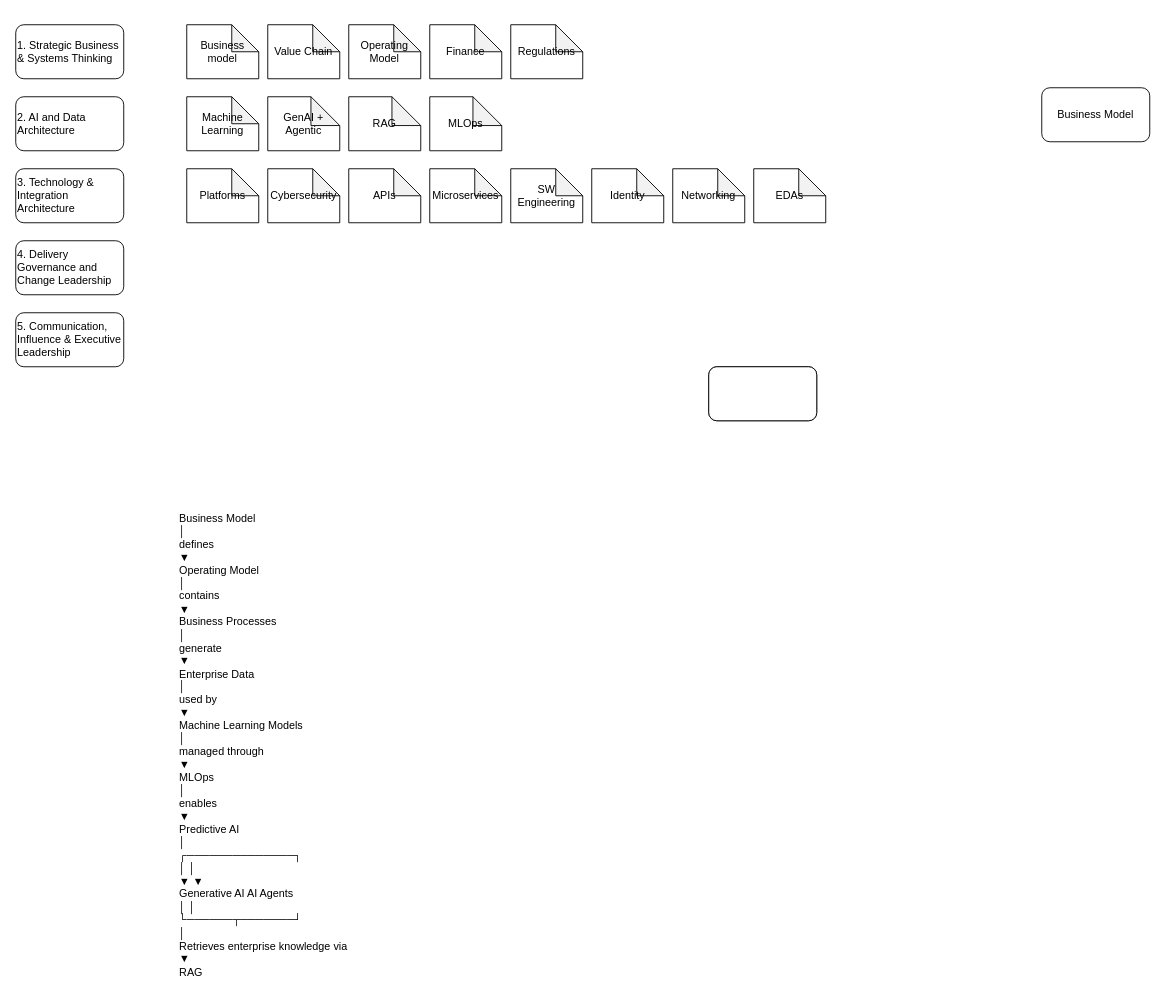
Earlier version of the draw.io diagram page "EA Competencies" (1 of 2) of assets/E_A_Skillsets.drawio (knaidoo/github-slideshow). Source tidied: cells renumbered, new cells numbered last; positions are measured from the earlier drawing's top-left corner, leaving out a move shared by most shapes. Both pictures are drawn from the tidied source at 90%, with x=0, y=0 at pixel (15, 24).
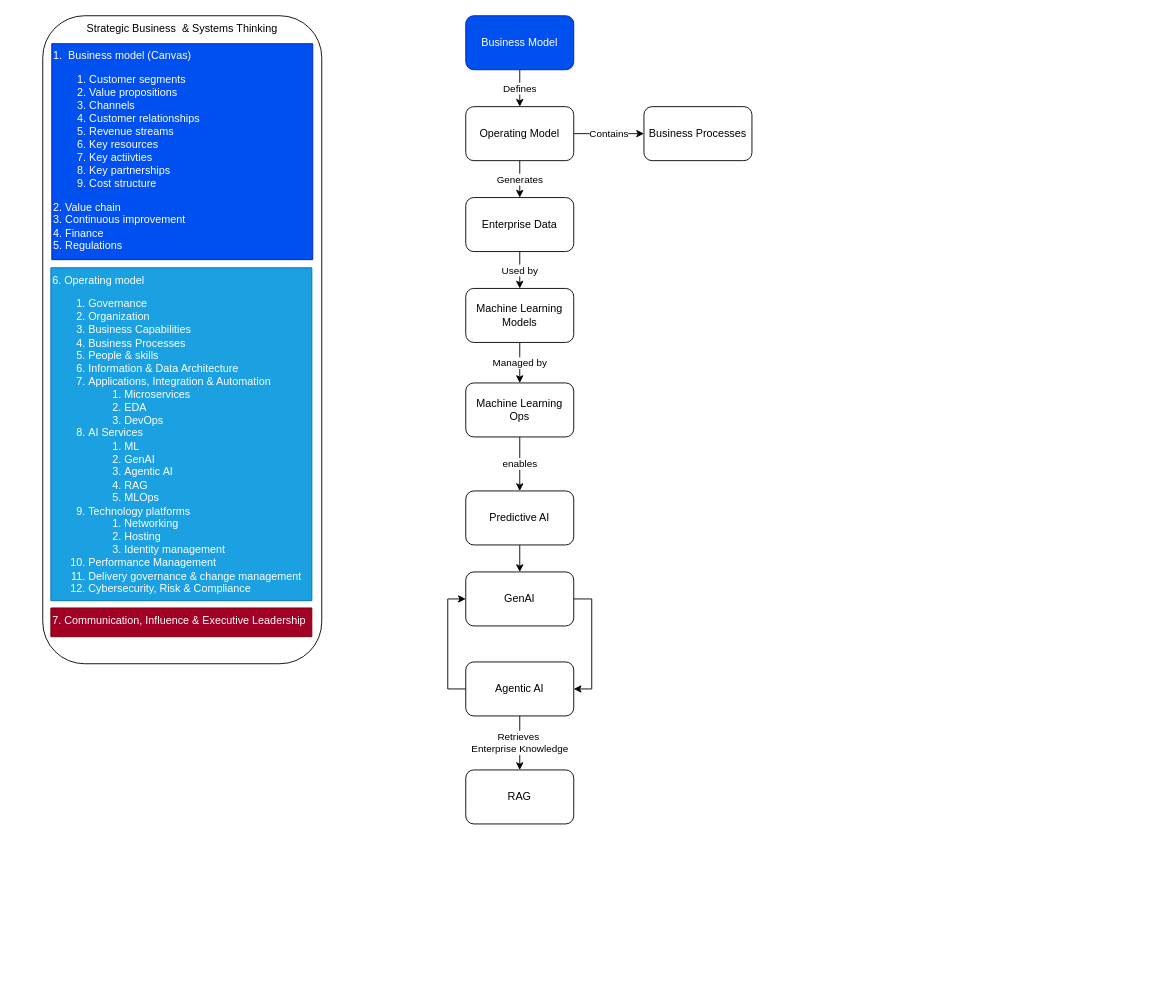
After the change.

Change to the diagram source:
```diff
@@
-    <mxCell id="2" value="2. AI and Data Architecture" style="rounded=1;whiteSpace=wrap;html=1;align=left;" parent="1" vertex="1">
-      <mxGeometry y="80" width="120" height="60" as="geometry" />
-    </mxCell>
-    <mxCell id="3" value="1. Strategic Business&amp;nbsp; &amp;amp; Systems Thinking" style="rounded=1;whiteSpace=wrap;html=1;align=left;" parent="1" vertex="1">
-      <mxGeometry width="120" height="60" as="geometry" />
+    <mxCell id="3" value="Strategic Business&amp;nbsp; &amp;amp; Systems Thinking" style="rounded=1;whiteSpace=wrap;html=1;align=center;verticalAlign=top;" parent="1" vertex="1">
+      <mxGeometry x="30" y="-10" width="310" height="720" as="geometry" />
     </mxCell>
-    <mxCell id="4" value="3. Technology &amp;amp; Integration Architecture" style="rounded=1;whiteSpace=wrap;html=1;align=left;" parent="1" vertex="1">
-      <mxGeometry y="160" width="120" height="60" as="geometry" />
-    </mxCell>
-    <mxCell id="5" value="4. Delivery Governance and Change Leadership" style="rounded=1;whiteSpace=wrap;html=1;align=left;" parent="1" vertex="1">
-      <mxGeometry y="240" width="120" height="60" as="geometry" />
-    </mxCell>
-    <mxCell id="6" value="5. Communication, Influence &amp;amp; Executive Leadership" style="rounded=1;whiteSpace=wrap;html=1;align=left;" parent="1" vertex="1">
-      <mxGeometry y="320" width="120" height="60" as="geometry" />
-    </mxCell>
-    <mxCell id="7" value="Business model" style="shape=note;whiteSpace=wrap;html=1;backgroundOutline=1;darkOpacity=0.05;" parent="1" vertex="1">
-      <mxGeometry x="190" width="80" height="60" as="geometry" />
+    <mxCell id="7" value="1.&amp;nbsp; Business model (Canvas)&lt;div&gt;&lt;ol&gt;&lt;li&gt;Customer segments&lt;/li&gt;&lt;li&gt;Value propositions&lt;/li&gt;&lt;li&gt;Channels&lt;/li&gt;&lt;li&gt;Customer relationships&lt;/li&gt;&lt;li&gt;Revenue streams&lt;/li&gt;&lt;li&gt;Key resources&lt;/li&gt;&lt;li&gt;Key actiivties&lt;/li&gt;&lt;li&gt;Key partnerships&lt;/li&gt;&lt;li&gt;Cost structure&lt;/li&gt;&lt;/ol&gt;&lt;span style=&quot;background-color: transparent;&quot;&gt;2. Value chain&lt;/span&gt;&lt;br&gt;&lt;span style=&quot;background-color: transparent;&quot;&gt;3. Continuous improvement&lt;/span&gt;&lt;br&gt;&lt;span style=&quot;background-color: transparent;&quot;&gt;4. Finance&lt;/span&gt;&lt;br&gt;&lt;span style=&quot;background-color: transparent;&quot;&gt;5. Regulations&lt;/span&gt;&lt;/div&gt;" style="shape=note;whiteSpace=wrap;html=1;backgroundOutline=1;darkOpacity=0.05;verticalAlign=top;size=0;align=left;fillColor=#0050ef;fontColor=#ffffff;strokeColor=#001DBC;" parent="1" vertex="1">
+      <mxGeometry x="40" y="21" width="290" height="240" as="geometry" />
     </mxCell>
-    <mxCell id="8" value="Value Chain" style="shape=note;whiteSpace=wrap;html=1;backgroundOutline=1;darkOpacity=0.05;" parent="1" vertex="1">
-      <mxGeometry x="280" width="80" height="60" as="geometry" />
-    </mxCell>
-    <mxCell id="9" value="Operating Model" style="shape=note;whiteSpace=wrap;html=1;backgroundOutline=1;darkOpacity=0.05;" parent="1" vertex="1">
-      <mxGeometry x="370" width="80" height="60" as="geometry" />
-    </mxCell>
-    <mxCell id="10" value="Finance" style="shape=note;whiteSpace=wrap;html=1;backgroundOutline=1;darkOpacity=0.05;" parent="1" vertex="1">
-      <mxGeometry x="460" width="80" height="60" as="geometry" />
-    </mxCell>
-    <mxCell id="11" value="Regulations" style="shape=note;whiteSpace=wrap;html=1;backgroundOutline=1;darkOpacity=0.05;" parent="1" vertex="1">
-      <mxGeometry x="550" width="80" height="60" as="geometry" />
-    </mxCell>
-    <mxCell id="12" value="Machine Learning" style="shape=note;whiteSpace=wrap;html=1;backgroundOutline=1;darkOpacity=0.05;" parent="1" vertex="1">
-      <mxGeometry x="190" y="80" width="80" height="60" as="geometry" />
-    </mxCell>
-    <mxCell id="13" value="GenAI +&lt;br&gt;Agentic" style="shape=note;whiteSpace=wrap;html=1;backgroundOutline=1;darkOpacity=0.05;size=32;" parent="1" vertex="1">
-      <mxGeometry x="280" y="80" width="80" height="60" as="geometry" />
-    </mxCell>
+    <mxCell id="28" value="Managed by" style="edgeStyle=orthogonalEdgeStyle;rounded=0;jettySize=auto;html=1;exitX=0.5;exitY=1;exitDx=0;exitDy=0;entryX=0.5;entryY=0;entryDx=0;entryDy=0;" parent="1" edge="1" source="25" target="38">
+      <mxGeometry relative="1" as="geometry" />
+    </mxCell>
+    <mxCell id="25" value="Machine Learning Models" style="rounded=1;whiteSpace=wrap;html=1;" parent="1" vertex="1">
+      <mxGeometry x="500" y="293" width="120" height="60" as="geometry" />
+    </mxCell>
+    <mxCell id="29" value="Contains" style="edgeStyle=orthogonalEdgeStyle;rounded=0;jettySize=auto;html=1;exitX=1;exitY=0.5;exitDx=0;exitDy=0;entryX=0;entryY=0.5;entryDx=0;entryDy=0;" parent="1" edge="1" source="26" target="32">
+      <mxGeometry relative="1" as="geometry" />
+    </mxCell>
+    <mxCell id="26" value="Operating Model" style="rounded=1;whiteSpace=wrap;html=1;" parent="1" vertex="1">
+      <mxGeometry x="500" y="91" width="120" height="60" as="geometry" />
+    </mxCell>
+    <mxCell id="30" value="Defines" style="edgeStyle=orthogonalEdgeStyle;rounded=0;jettySize=auto;html=1;exitX=0.5;exitY=1;exitDx=0;exitDy=0;entryX=0.5;entryY=0;entryDx=0;entryDy=0;" parent="1" edge="1" source="27" target="26">
+      <mxGeometry relative="1" as="geometry" />
+    </mxCell>
+    <mxCell id="27" value="Business Model" style="rounded=1;whiteSpace=wrap;html=1;fillColor=#0050ef;fontColor=#ffffff;strokeColor=#001DBC;" parent="1" vertex="1">
+      <mxGeometry x="500" y="-10" width="120" height="60" as="geometry" />
+    </mxCell>
+    <mxCell id="31" value="Generates" style="edgeStyle=orthogonalEdgeStyle;rounded=0;jettySize=auto;html=1;exitX=0.5;exitY=1;exitDx=0;exitDy=0;entryX=0.5;entryY=0;entryDx=0;entryDy=0;" parent="1" edge="1" source="26" target="34">
+      <mxGeometry relative="1" as="geometry" />
+    </mxCell>
+    <mxCell id="32" value="Business Processes" style="rounded=1;whiteSpace=wrap;html=1;" parent="1" vertex="1">
+      <mxGeometry x="698" y="91" width="120" height="60" as="geometry" />
+    </mxCell>
+    <mxCell id="33" value="Used by" style="edgeStyle=orthogonalEdgeStyle;rounded=0;jettySize=auto;html=1;exitX=0.5;exitY=1;exitDx=0;exitDy=0;entryX=0.5;entryY=0;entryDx=0;entryDy=0;" parent="1" edge="1" source="34" target="25">
+      <mxGeometry relative="1" as="geometry" />
+    </mxCell>
+    <mxCell id="34" value="Enterprise Data" style="rounded=1;whiteSpace=wrap;html=1;" parent="1" vertex="1">
+      <mxGeometry x="500" y="192" width="120" height="60" as="geometry" />
+    </mxCell>
+    <mxCell id="35" style="edgeStyle=orthogonalEdgeStyle;rounded=0;jettySize=auto;html=1;exitX=1;exitY=0.5;exitDx=0;exitDy=0;entryX=1;entryY=0.5;entryDx=0;entryDy=0;" parent="1" edge="1" source="36" target="43">
+      <mxGeometry relative="1" as="geometry" />
+    </mxCell>
+    <mxCell id="36" value="GenAI" style="rounded=1;whiteSpace=wrap;html=1;" parent="1" vertex="1">
+      <mxGeometry x="500" y="608" width="120" height="60" as="geometry" />
+    </mxCell>
+    <mxCell id="37" value="enables" style="edgeStyle=orthogonalEdgeStyle;rounded=0;jettySize=auto;html=1;exitX=0.5;exitY=1;exitDx=0;exitDy=0;entryX=0.5;entryY=0;entryDx=0;entryDy=0;" parent="1" edge="1" source="38" target="40">
+      <mxGeometry relative="1" as="geometry" />
+    </mxCell>
+    <mxCell id="38" value="Machine Learning Ops" style="rounded=1;whiteSpace=wrap;html=1;" parent="1" vertex="1">
+      <mxGeometry x="500" y="398" width="120" height="60" as="geometry" />
+    </mxCell>
+    <mxCell id="39" style="edgeStyle=orthogonalEdgeStyle;rounded=0;jettySize=auto;html=1;exitX=0.5;exitY=1;exitDx=0;exitDy=0;entryX=0.5;entryY=0;entryDx=0;entryDy=0;" parent="1" edge="1" source="40" target="36">
+      <mxGeometry relative="1" as="geometry" />
+    </mxCell>
+    <mxCell id="40" value="Predictive AI" style="rounded=1;whiteSpace=wrap;html=1;" parent="1" vertex="1">
+      <mxGeometry x="500" y="518" width="120" height="60" as="geometry" />
+    </mxCell>
-    <mxCell id="14" value="RAG" style="shape=note;whiteSpace=wrap;html=1;backgroundOutline=1;darkOpacity=0.05;size=32;" parent="1" vertex="1">
-      <mxGeometry x="370" y="80" width="80" height="60" as="geometry" />
+    <mxCell id="14" value="RAG" style="rounded=1;whiteSpace=wrap;html=1;" parent="1" vertex="1">
+      <mxGeometry x="500" y="828" width="120" height="60" as="geometry" />
     </mxCell>
-    <mxCell id="15" value="MLOps" style="shape=note;whiteSpace=wrap;html=1;backgroundOutline=1;darkOpacity=0.05;size=32;" parent="1" vertex="1">
-      <mxGeometry x="460" y="80" width="80" height="60" as="geometry" />
-    </mxCell>
-    <mxCell id="16" value="Platforms" style="shape=note;whiteSpace=wrap;html=1;backgroundOutline=1;darkOpacity=0.05;" parent="1" vertex="1">
-      <mxGeometry x="190" y="160" width="80" height="60" as="geometry" />
-    </mxCell>
-    <mxCell id="17" value="Cybersecurity" style="shape=note;whiteSpace=wrap;html=1;backgroundOutline=1;darkOpacity=0.05;" parent="1" vertex="1">
-      <mxGeometry x="280" y="160" width="80" height="60" as="geometry" />
-    </mxCell>
-    <mxCell id="18" value="APIs" style="shape=note;whiteSpace=wrap;html=1;backgroundOutline=1;darkOpacity=0.05;" parent="1" vertex="1">
-      <mxGeometry x="370" y="160" width="80" height="60" as="geometry" />
-    </mxCell>
-    <mxCell id="19" value="Microservices" style="shape=note;whiteSpace=wrap;html=1;backgroundOutline=1;darkOpacity=0.05;" parent="1" vertex="1">
-      <mxGeometry x="460" y="160" width="80" height="60" as="geometry" />
-    </mxCell>
-    <mxCell id="20" value="SW&lt;br&gt;Engineering" style="shape=note;whiteSpace=wrap;html=1;backgroundOutline=1;darkOpacity=0.05;" parent="1" vertex="1">
-      <mxGeometry x="550" y="160" width="80" height="60" as="geometry" />
-    </mxCell>
-    <mxCell id="21" value="Identity" style="shape=note;whiteSpace=wrap;html=1;backgroundOutline=1;darkOpacity=0.05;" parent="1" vertex="1">
-      <mxGeometry x="640" y="160" width="80" height="60" as="geometry" />
-    </mxCell>
-    <mxCell id="22" value="Networking" style="shape=note;whiteSpace=wrap;html=1;backgroundOutline=1;darkOpacity=0.05;" parent="1" vertex="1">
-      <mxGeometry x="730" y="160" width="80" height="60" as="geometry" />
-    </mxCell>
-    <mxCell id="23" value="EDAs" style="shape=note;whiteSpace=wrap;html=1;backgroundOutline=1;darkOpacity=0.05;" parent="1" vertex="1">
-      <mxGeometry x="820" y="160" width="80" height="60" as="geometry" />
-    </mxCell>
-    <mxCell id="24" value="Business Model &#10;      │ &#10;defines &#10;      ▼ &#10;Operating Model &#10;      │ &#10;contains &#10;      ▼ &#10;Business Processes &#10;      │ &#10;generate &#10;      ▼ &#10;Enterprise Data &#10;      │ &#10;used by &#10;      ▼ &#10;Machine Learning Models &#10;      │ &#10;managed through &#10;      ▼ &#10;MLOps &#10;      │ &#10;enables &#10;      ▼ &#10;Predictive AI &#10;      │ &#10;             ┌──────────────┐ &#10;             │              │ &#10;             ▼              ▼ &#10;      Generative AI       AI Agents &#10;             │              │ &#10;             └──────┬───────┘ &#10;                    │ &#10;         Retrieves enterprise knowledge via &#10;                    ▼ &#10;                  RAG" style="text;whiteSpace=wrap;html=1;" parent="1" vertex="1">
-      <mxGeometry x="180" y="535" width="220" height="540" as="geometry" />
-    </mxCell>
-    <mxCell id="25" style="rounded=1;whiteSpace=wrap;html=1;" parent="1" vertex="1">
-      <mxGeometry x="770" y="380" width="120" height="60" as="geometry" />
-    </mxCell>
-    <mxCell id="26" style="rounded=1;whiteSpace=wrap;html=1;" parent="1" vertex="1">
-      <mxGeometry x="770" y="380" width="120" height="60" as="geometry" />
-    </mxCell>
-    <mxCell id="27" value="Business Model" style="rounded=1;whiteSpace=wrap;html=1;" parent="1" vertex="1">
-      <mxGeometry x="1140" y="70" width="120" height="60" as="geometry" />
-    </mxCell>
+    <mxCell id="41" style="edgeStyle=orthogonalEdgeStyle;rounded=0;jettySize=auto;html=1;entryX=0;entryY=0.5;entryDx=0;entryDy=0;exitX=0;exitY=0.5;exitDx=0;exitDy=0;" parent="1" edge="1" source="43" target="36">
+      <mxGeometry relative="1" as="geometry" />
+    </mxCell>
+    <mxCell id="42" value="Retrieves&amp;nbsp;&lt;div&gt;Enterprise Knowledge&lt;/div&gt;" style="edgeStyle=orthogonalEdgeStyle;rounded=0;jettySize=auto;html=1;exitX=0.5;exitY=1;exitDx=0;exitDy=0;entryX=0.5;entryY=0;entryDx=0;entryDy=0;" parent="1" edge="1" source="43" target="14">
+      <mxGeometry relative="1" as="geometry" />
+    </mxCell>
+    <mxCell id="43" value="Agentic AI" style="rounded=1;whiteSpace=wrap;html=1;" parent="1" vertex="1">
+      <mxGeometry x="500" y="708" width="120" height="60" as="geometry" />
+    </mxCell>
+    <mxCell id="44" value="7. Communication, Influence &amp;amp; Executive Leadership" style="shape=note;whiteSpace=wrap;html=1;backgroundOutline=1;darkOpacity=0.05;verticalAlign=top;size=0;align=left;fillColor=#a20025;fontColor=#ffffff;strokeColor=#6F0000;" parent="1" vertex="1">
+      <mxGeometry x="39" y="648" width="290" height="32" as="geometry" />
+    </mxCell>
+    <mxCell id="45" value="6. Operating model&amp;nbsp;&lt;div&gt;&lt;ol&gt;&lt;li&gt;Governance&lt;/li&gt;&lt;li&gt;Organization&lt;/li&gt;&lt;li&gt;Business Capabilities&lt;/li&gt;&lt;li&gt;Business Processes&lt;/li&gt;&lt;li&gt;People &amp;amp; skills&lt;/li&gt;&lt;li&gt;Information &amp;amp; Data Architecture&lt;/li&gt;&lt;li&gt;Applications, Integration &amp;amp; Automation&lt;/li&gt;&lt;ol&gt;&lt;li&gt;Microservices&lt;/li&gt;&lt;li&gt;EDA&lt;/li&gt;&lt;li&gt;DevOps&lt;/li&gt;&lt;/ol&gt;&lt;li&gt;&lt;span style=&quot;background-color: transparent; color: light-dark(rgb(255, 255, 255), rgb(23, 23, 23));&quot;&gt;AI Services&lt;/span&gt;&lt;/li&gt;&lt;ol&gt;&lt;li&gt;&lt;span style=&quot;background-color: transparent; color: light-dark(rgb(255, 255, 255), rgb(23, 23, 23));&quot;&gt;ML&lt;/span&gt;&lt;/li&gt;&lt;li&gt;&lt;span style=&quot;background-color: transparent; color: light-dark(rgb(255, 255, 255), rgb(23, 23, 23));&quot;&gt;GenAI&lt;/span&gt;&lt;/li&gt;&lt;li&gt;&lt;span style=&quot;background-color: transparent; color: light-dark(rgb(255, 255, 255), rgb(23, 23, 23));&quot;&gt;Agentic AI&lt;/span&gt;&lt;/li&gt;&lt;li&gt;&lt;span style=&quot;background-color: transparent; color: light-dark(rgb(255, 255, 255), rgb(23, 23, 23));&quot;&gt;RAG&lt;/span&gt;&lt;/li&gt;&lt;li&gt;&lt;span style=&quot;background-color: transparent; color: light-dark(rgb(255, 255, 255), rgb(23, 23, 23));&quot;&gt;MLOps&lt;/span&gt;&lt;/li&gt;&lt;/ol&gt;&lt;li&gt;&lt;span style=&quot;background-color: transparent; color: light-dark(rgb(255, 255, 255), rgb(23, 23, 23));&quot;&gt;Technology platforms&lt;/span&gt;&lt;/li&gt;&lt;ol&gt;&lt;li&gt;Networking&lt;/li&gt;&lt;li&gt;Hosting&lt;/li&gt;&lt;li&gt;Identity management&lt;/li&gt;&lt;/ol&gt;&lt;li&gt;&lt;span style=&quot;background-color: transparent;&quot;&gt;Performance Management&lt;/span&gt;&lt;/li&gt;&lt;li&gt;&lt;span style=&quot;background-color: transparent;&quot;&gt;Delivery governance &amp;amp; change management&lt;/span&gt;&lt;/li&gt;&lt;li&gt;Cybersecurity, Risk &amp;amp; Compliance&lt;/li&gt;&lt;/ol&gt;&lt;/div&gt;" style="shape=note;whiteSpace=wrap;html=1;backgroundOutline=1;darkOpacity=0.05;verticalAlign=top;size=0;align=left;fillColor=#1ba1e2;fontColor=light-dark(#FFFFFF,#171717);strokeColor=#006EAF;" parent="1" vertex="1">
+      <mxGeometry x="39" y="270" width="290" height="370" as="geometry" />
+    </mxCell>
```
